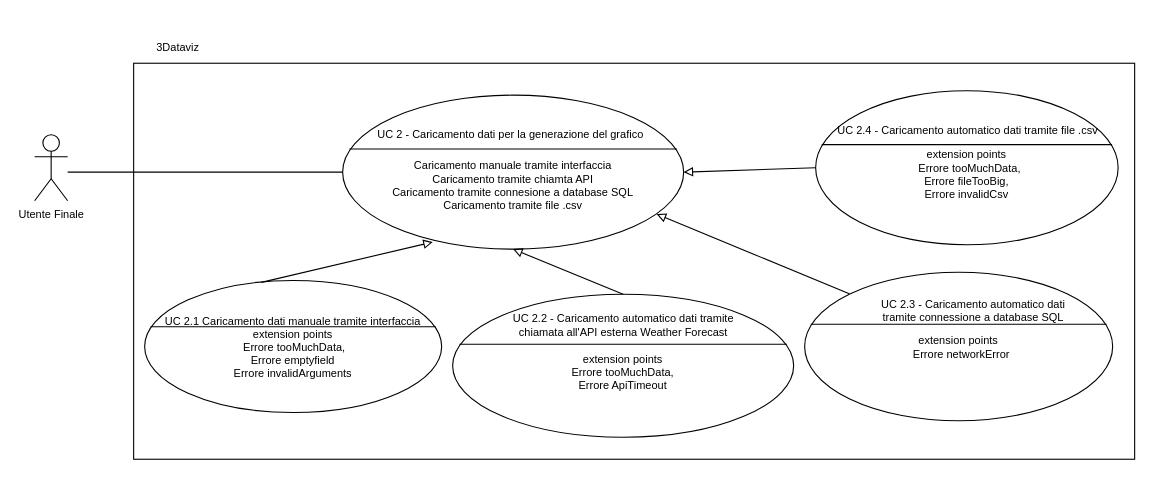
Archi7echs-Team/archi7echs-team.github.io keeps this draw.io diagram as page "UC 2" (2 of 40) of img/adr/UC.drawio. Above is the earlier version. Source tidied: cells renumbered, new cells numbered last; positions are measured from the earlier drawing's top-left corner, leaving out a move shared by most shapes. Both pictures are drawn from the tidied source at 110%, with x=0, y=0 at pixel (34, 30).
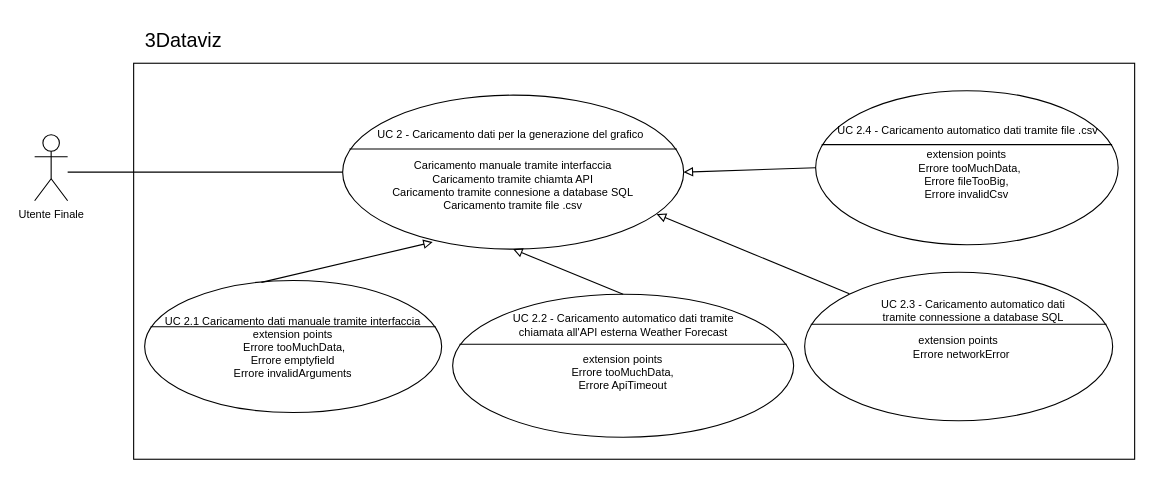
The same page after the edit.

The edit, as a diff of the source:
```diff
@@
-    <mxCell id="4" value="3Dataviz" style="text;html=1;align=center;verticalAlign=middle;strokeColor=none;fillColor=none;fontSize=10;" parent="1" vertex="1">
-      <mxGeometry x="100" width="60" height="30" as="geometry" />
+    <mxCell id="4" value="&lt;font style=&quot;font-size: 18px;&quot;&gt;3Dataviz&lt;/font&gt;" style="text;html=1;align=center;verticalAlign=middle;strokeColor=none;fillColor=none;fontSize=10;" parent="1" vertex="1">
+      <mxGeometry x="90" y="-10" width="90" height="40" as="geometry" />
     </mxCell>
```
